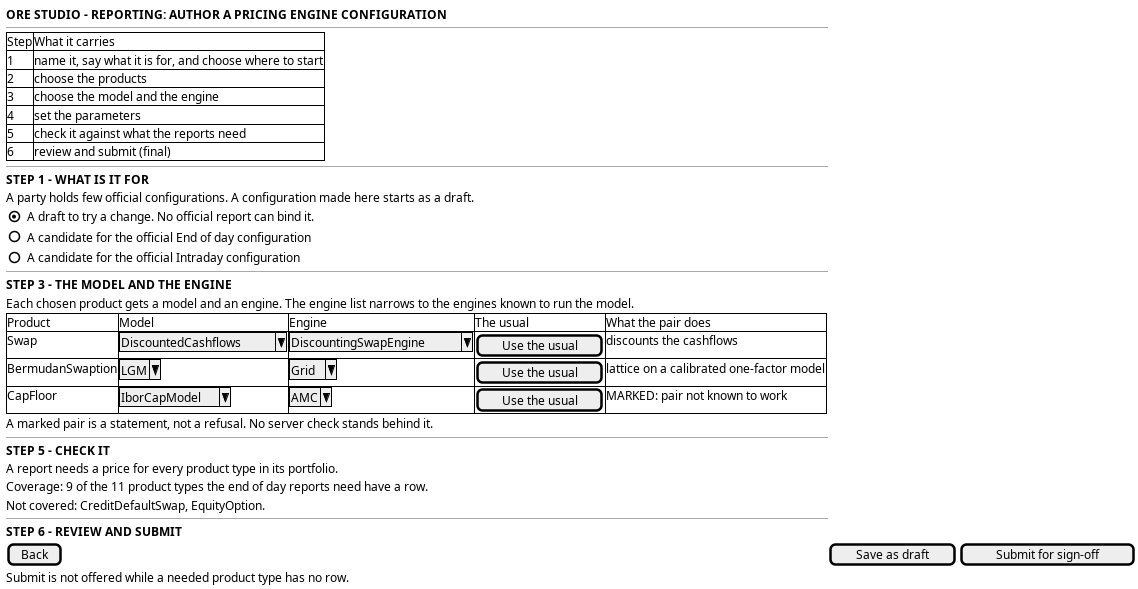
OreStudio/OreStudio keeps this PlantUML diagram as doc/knowledge/journeys/reporting/wireframe_author_a_pricing_engine_configuration.png. Above is the earlier version. Its source is kept beside it as doc/knowledge/journeys/reporting/wireframe_author_a_pricing_engine_configuration.puml.
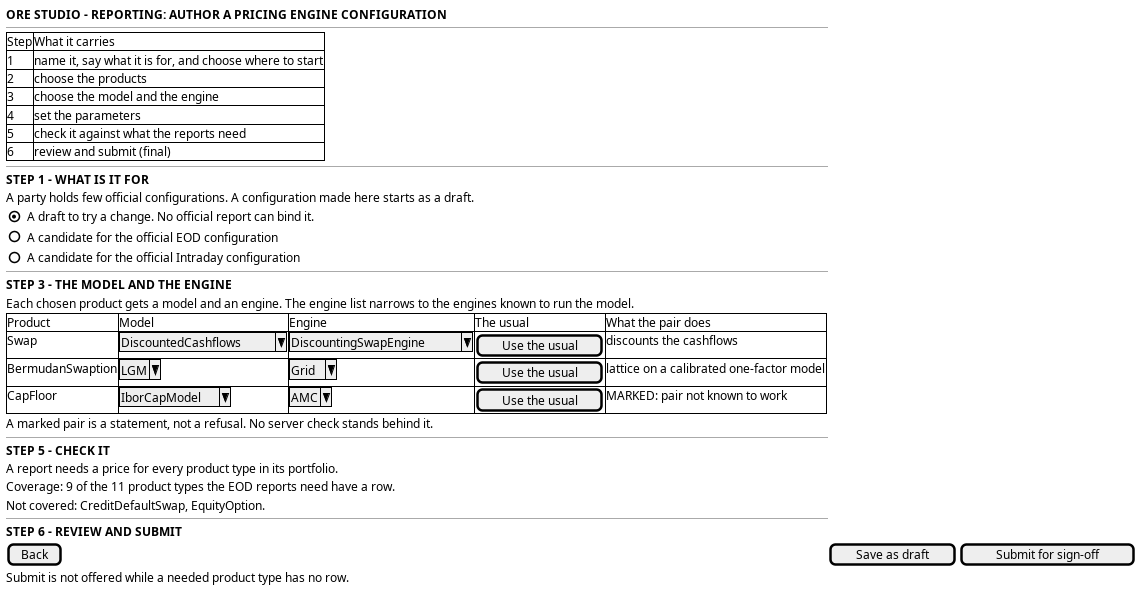
After the change.

The edit, as a diff of the source:
```diff
@@ -17,7 +17,7 @@
   <b>STEP 1 - WHAT IS IT FOR</b>
   A party holds few official configurations. A configuration made here starts as a draft.
   { (X) A draft to try a change. No official report can bind it. }
-  { ( ) A candidate for the official End of day configuration }
+  { ( ) A candidate for the official EOD configuration }
   { ( ) A candidate for the official Intraday configuration }
   --
   <b>STEP 3 - THE MODEL AND THE ENGINE</b>
@@ -32,7 +32,7 @@
   --
   <b>STEP 5 - CHECK IT</b>
   A report needs a price for every product type in its portfolio.
-  Coverage: 9 of the 11 product types the end of day reports need have a row.
+  Coverage: 9 of the 11 product types the EOD reports need have a row.
   Not covered: CreditDefaultSwap, EquityOption.
   --
   <b>STEP 6 - REVIEW AND SUBMIT</b>
```
